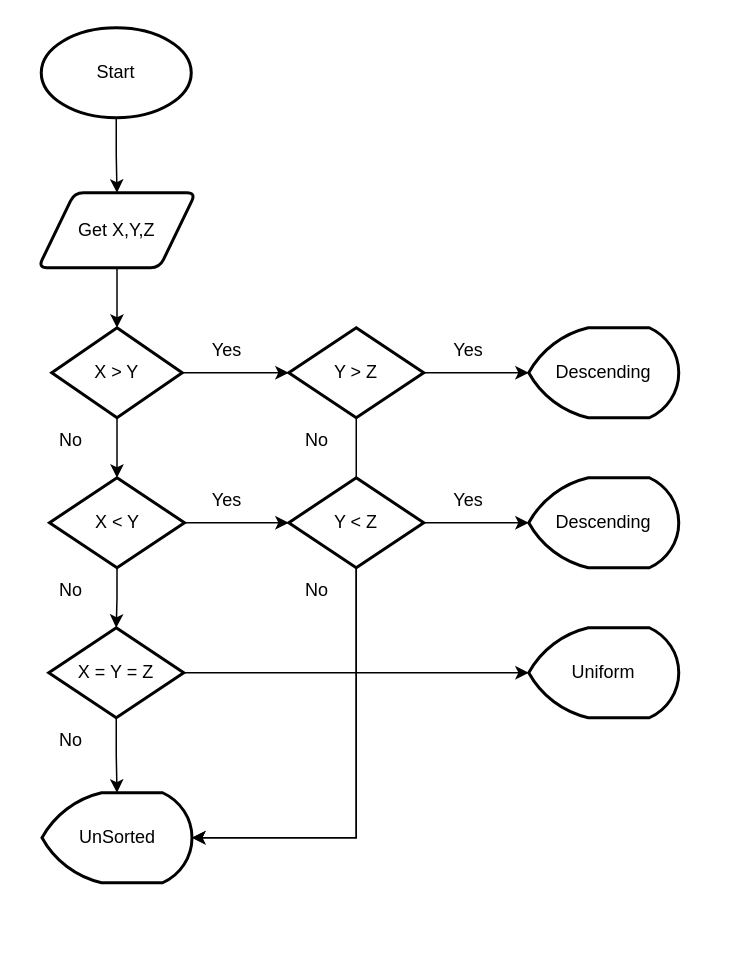
The draw.io diagram sortandgivebigndlittle.drawio in Knightsepehr/flowchartz, before the edit. Source tidied: cells renumbered, new cells numbered last; positions are measured from the earlier drawing's top-left corner, leaving out a move shared by most shapes. Both pictures are drawn from the tidied source at 150%, with x=0, y=0 at pixel (26, 27).
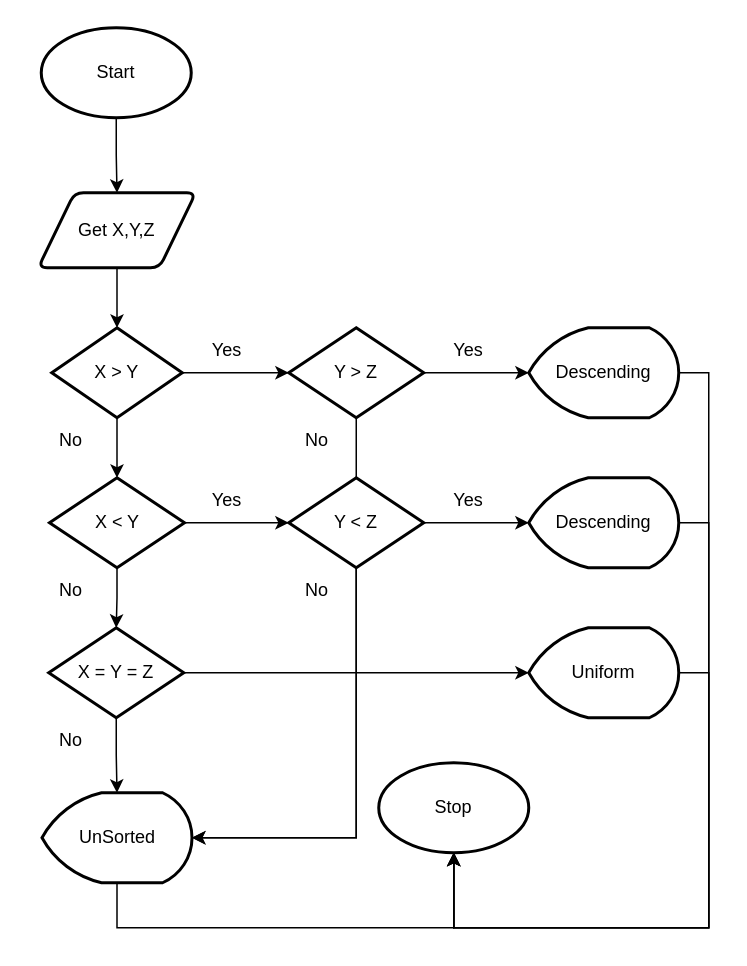
After the change.

Unchanged cells that the change refers to:
```xml
<mxCell id="20" value="Descending" style="strokeWidth=2;html=1;shape=mxgraph.flowchart.display;whiteSpace=wrap;" parent="1" vertex="1">
  <mxGeometry x="335" y="200" width="100" height="60" as="geometry" />
</mxCell>
<mxCell id="27" value="Descending" style="strokeWidth=2;html=1;shape=mxgraph.flowchart.display;whiteSpace=wrap;" parent="1" vertex="1">
  <mxGeometry x="335" y="300" width="100" height="60" as="geometry" />
</mxCell>
<mxCell id="29" value="Uniform" style="strokeWidth=2;html=1;shape=mxgraph.flowchart.display;whiteSpace=wrap;" parent="1" vertex="1">
  <mxGeometry x="335" y="400" width="100" height="60" as="geometry" />
</mxCell>
<mxCell id="30" value="UnSorted" style="strokeWidth=2;html=1;shape=mxgraph.flowchart.display;whiteSpace=wrap;" parent="1" vertex="1">
  <mxGeometry x="10.5" y="510" width="100" height="60" as="geometry" />
</mxCell>
```

Diff of the diagram source:
```diff
@@
+    <mxCell id="34" style="edgeStyle=orthogonalEdgeStyle;rounded=0;jettySize=auto;html=1;" parent="1" edge="1" source="20" target="38">
+      <mxGeometry relative="1" as="geometry">
+        <Array as="points">
+          <mxPoint x="455" y="230" />
+          <mxPoint x="455" y="600" />
+        </Array>
+      </mxGeometry>
+    </mxCell>
@@
+    <mxCell id="35" style="edgeStyle=orthogonalEdgeStyle;rounded=0;jettySize=auto;html=1;" parent="1" edge="1" source="27" target="38">
+      <mxGeometry relative="1" as="geometry">
+        <Array as="points">
+          <mxPoint x="455" y="330" />
+          <mxPoint x="455" y="600" />
+        </Array>
+      </mxGeometry>
+    </mxCell>
@@
+    <mxCell id="36" style="edgeStyle=orthogonalEdgeStyle;rounded=0;jettySize=auto;html=1;" parent="1" edge="1" source="29" target="38">
+      <mxGeometry relative="1" as="geometry">
+        <Array as="points">
+          <mxPoint x="455" y="430" />
+          <mxPoint x="455" y="600" />
+        </Array>
+      </mxGeometry>
+    </mxCell>
@@
+    <mxCell id="37" style="edgeStyle=orthogonalEdgeStyle;rounded=0;jettySize=auto;html=1;" parent="1" edge="1" source="30" target="38">
+      <mxGeometry relative="1" as="geometry">
+        <Array as="points">
+          <mxPoint x="61" y="600" />
+        </Array>
+      </mxGeometry>
+    </mxCell>
@@
+    <mxCell id="38" value="Stop" style="strokeWidth=2;html=1;shape=mxgraph.flowchart.start_1;whiteSpace=wrap;" parent="1" vertex="1">
+      <mxGeometry x="235" y="490" width="100" height="60" as="geometry" />
+    </mxCell>
```
